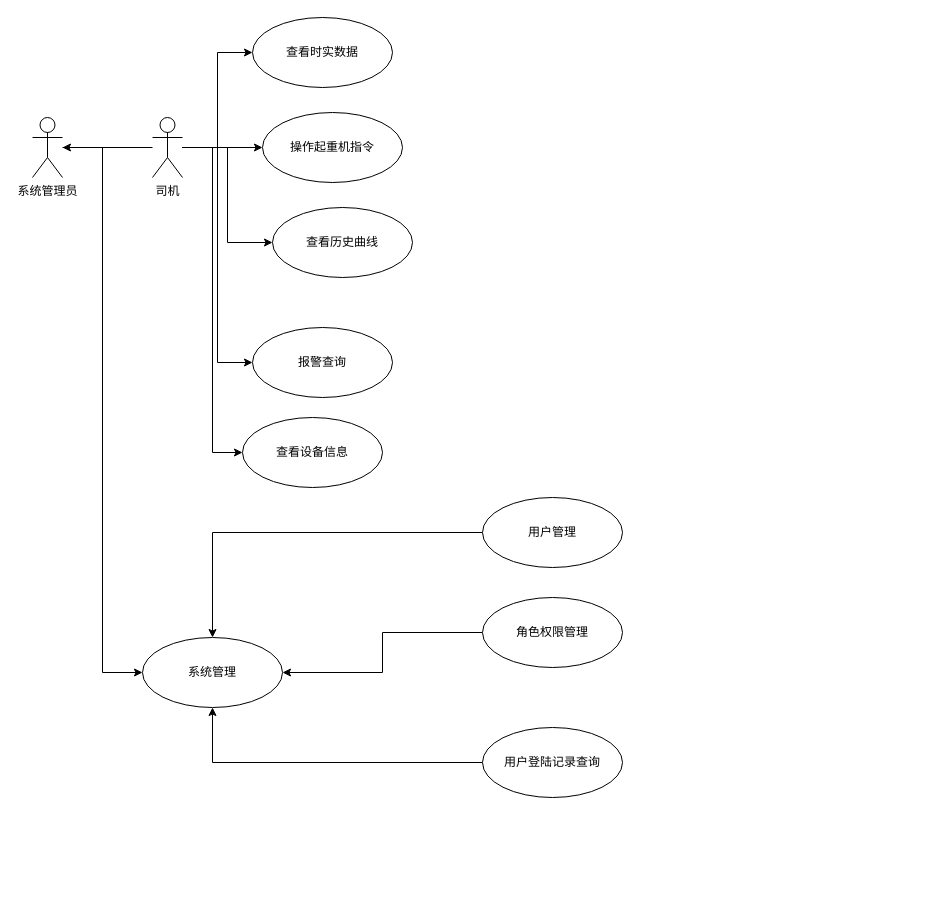
Earlier version of the draw.io diagram Untitled Diagram.drawio (lsfoo/cjsh). Source tidied: cells renumbered, new cells numbered last; positions are measured from the earlier drawing's top-left corner, leaving out a move shared by most shapes. Both pictures are drawn from the tidied source at 100%, with x=0, y=0 at pixel (32, 17).
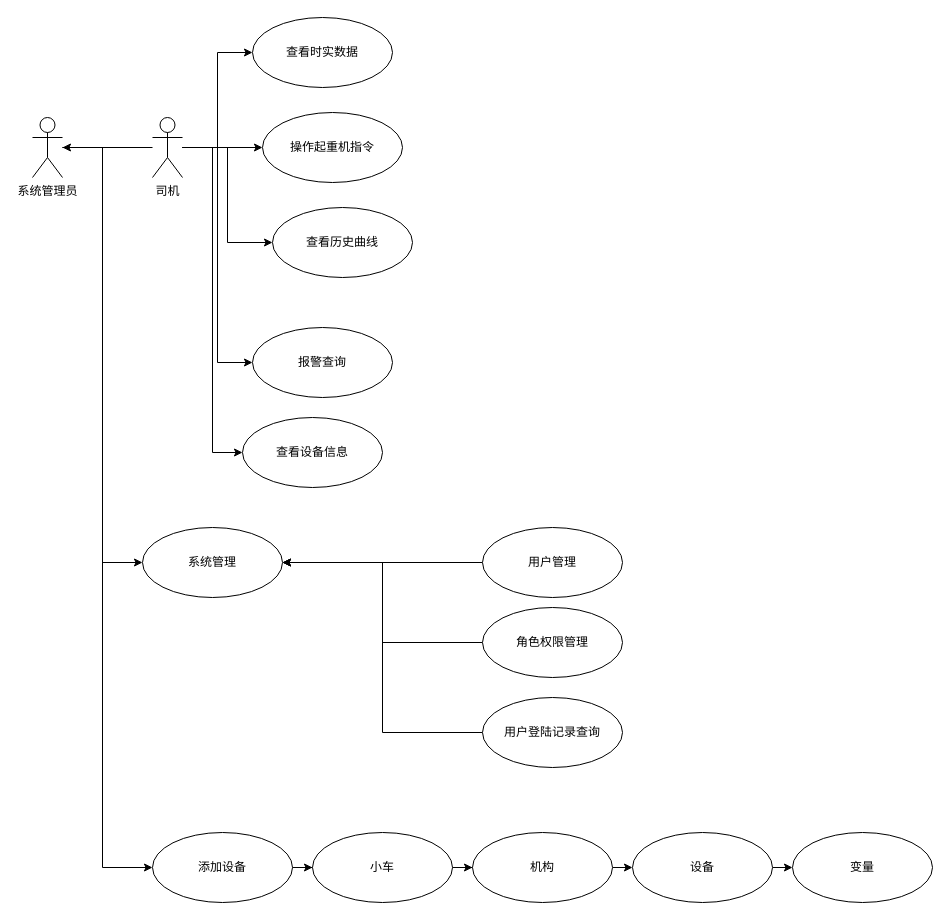
The same page after the edit.

The change refers to these unchanged cells:
```xml
<mxCell id="14" value="系统管理员" style="shape=umlActor;verticalLabelPosition=bottom;labelBackgroundColor=#ffffff;verticalAlign=top;html=1;" parent="1" vertex="1">
  <mxGeometry y="100" width="30" height="60" as="geometry" />
</mxCell>
```

Diff of the diagram source:
```diff
@@
+    <mxCell id="23" style="edgeStyle=orthogonalEdgeStyle;rounded=0;jettySize=auto;html=1;entryX=0;entryY=0.5;entryDx=0;entryDy=0;" parent="1" edge="1" source="14" target="25">
+      <mxGeometry relative="1" as="geometry">
+        <Array as="points">
+          <mxPoint x="70" y="130" />
+          <mxPoint x="70" y="850" />
+        </Array>
+      </mxGeometry>
+    </mxCell>
@@
     <mxCell id="15" value="系统管理" style="ellipse;whiteSpace=wrap;html=1;" parent="1" vertex="1">
-      <mxGeometry x="110" y="620" width="140" height="70" as="geometry" />
+      <mxGeometry x="110" y="510" width="140" height="70" as="geometry" />
     </mxCell>
-    <mxCell id="16" style="edgeStyle=orthogonalEdgeStyle;rounded=0;jettySize=auto;html=1;" parent="1" edge="1" source="17" target="15">
+    <mxCell id="16" style="edgeStyle=orthogonalEdgeStyle;rounded=0;jettySize=auto;html=1;entryX=1;entryY=0.5;entryDx=0;entryDy=0;" parent="1" edge="1" source="17" target="15">
       <mxGeometry relative="1" as="geometry" />
     </mxCell>
     <mxCell id="17" value="用户管理" style="ellipse;whiteSpace=wrap;html=1;" parent="1" vertex="1">
-      <mxGeometry x="450" y="480" width="140" height="70" as="geometry" />
+      <mxGeometry x="450" y="510" width="140" height="70" as="geometry" />
     </mxCell>
@@
     <mxCell id="19" value="角色权限管理" style="ellipse;whiteSpace=wrap;html=1;" parent="1" vertex="1">
-      <mxGeometry x="450" y="580" width="140" height="70" as="geometry" />
+      <mxGeometry x="450" y="590" width="140" height="70" as="geometry" />
     </mxCell>
-    <mxCell id="20" style="edgeStyle=orthogonalEdgeStyle;rounded=0;jettySize=auto;html=1;" parent="1" edge="1" source="21" target="15">
+    <mxCell id="20" style="edgeStyle=orthogonalEdgeStyle;rounded=0;jettySize=auto;html=1;entryX=1;entryY=0.5;entryDx=0;entryDy=0;" parent="1" edge="1" source="21" target="15">
       <mxGeometry relative="1" as="geometry" />
     </mxCell>
     <mxCell id="21" value="用户登陆记录查询" style="ellipse;whiteSpace=wrap;html=1;" parent="1" vertex="1">
-      <mxGeometry x="450" y="710" width="140" height="70" as="geometry" />
+      <mxGeometry x="450" y="680" width="140" height="70" as="geometry" />
     </mxCell>
@@
+    <mxCell id="24" style="edgeStyle=orthogonalEdgeStyle;rounded=0;jettySize=auto;html=1;entryX=0;entryY=0.5;entryDx=0;entryDy=0;" parent="1" edge="1" source="25" target="27">
+      <mxGeometry relative="1" as="geometry" />
+    </mxCell>
+    <mxCell id="25" value="添加设备" style="ellipse;whiteSpace=wrap;html=1;" parent="1" vertex="1">
+      <mxGeometry x="120" y="815" width="140" height="70" as="geometry" />
+    </mxCell>
+    <mxCell id="26" style="edgeStyle=orthogonalEdgeStyle;rounded=0;jettySize=auto;html=1;exitX=1;exitY=0.5;exitDx=0;exitDy=0;" parent="1" edge="1" source="27" target="29">
+      <mxGeometry relative="1" as="geometry" />
+    </mxCell>
+    <mxCell id="27" value="小车" style="ellipse;whiteSpace=wrap;html=1;" parent="1" vertex="1">
+      <mxGeometry x="280" y="815" width="140" height="70" as="geometry" />
+    </mxCell>
+    <mxCell id="28" style="edgeStyle=orthogonalEdgeStyle;rounded=0;jettySize=auto;html=1;entryX=0;entryY=0.5;entryDx=0;entryDy=0;exitX=1;exitY=0.5;exitDx=0;exitDy=0;" parent="1" edge="1" source="29" target="31">
+      <mxGeometry relative="1" as="geometry" />
+    </mxCell>
+    <mxCell id="29" value="机构" style="ellipse;whiteSpace=wrap;html=1;" parent="1" vertex="1">
+      <mxGeometry x="440" y="815" width="140" height="70" as="geometry" />
+    </mxCell>
+    <mxCell id="30" style="edgeStyle=orthogonalEdgeStyle;rounded=0;jettySize=auto;html=1;exitX=1;exitY=0.5;exitDx=0;exitDy=0;entryX=0;entryY=0.5;entryDx=0;entryDy=0;" parent="1" edge="1" source="31" target="32">
+      <mxGeometry relative="1" as="geometry" />
+    </mxCell>
+    <mxCell id="31" value="设备" style="ellipse;whiteSpace=wrap;html=1;" parent="1" vertex="1">
+      <mxGeometry x="600" y="815" width="140" height="70" as="geometry" />
+    </mxCell>
+    <mxCell id="32" value="变量" style="ellipse;whiteSpace=wrap;html=1;" parent="1" vertex="1">
+      <mxGeometry x="760" y="815" width="140" height="70" as="geometry" />
+    </mxCell>
```
